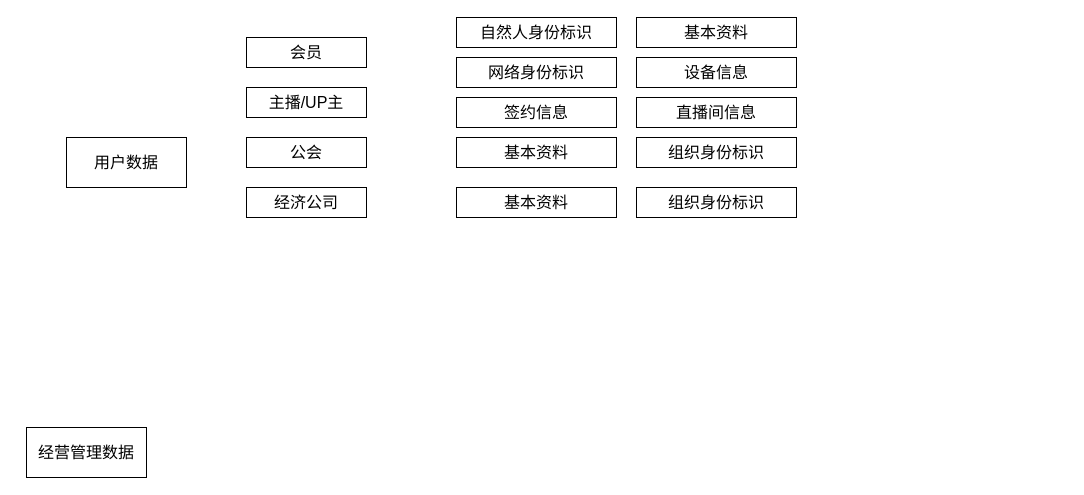
Above: 数仓分类分级.drawio in hongweilv-whu/flowCharts (draw.io), before the change. Source tidied: cells renumbered, new cells numbered last; positions are measured from the earlier drawing's top-left corner, leaving out a move shared by most shapes. Both pictures are drawn from the tidied source at 100%, with x=0, y=0 at pixel (26, 17).
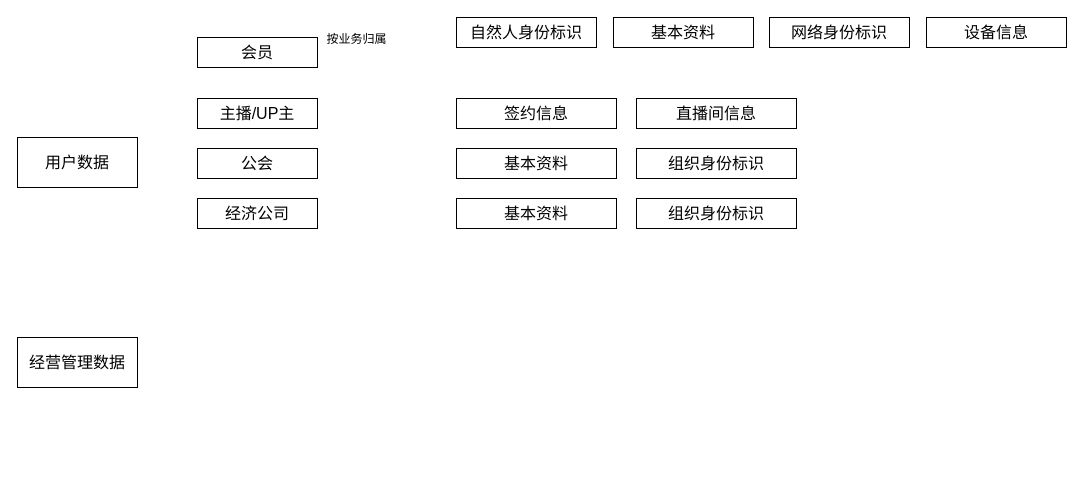
The same diagram, later.

Commit message (it also covers changes not shown here):
更新数仓分类分级.drawio

Diff of the diagram source:
```diff
@@
 <mxGraphModel>
   <root>
     <mxCell id="0" />
     <mxCell id="1" parent="0" />
     <mxCell id="2" value="&lt;font style=&quot;font-size: 16px&quot;&gt;经营管理数据&lt;/font&gt;" style="rounded=0;whiteSpace=wrap;html=1;" parent="1" vertex="1">
-      <mxGeometry y="410" width="120" height="50" as="geometry" />
+      <mxGeometry x="-9" y="320" width="120" height="50" as="geometry" />
     </mxCell>
     <mxCell id="3" value="&lt;font style=&quot;font-size: 16px&quot;&gt;用户数据&lt;/font&gt;" style="rounded=0;whiteSpace=wrap;html=1;" parent="1" vertex="1">
-      <mxGeometry x="40" y="120" width="120" height="50" as="geometry" />
+      <mxGeometry x="-9" y="120" width="120" height="50" as="geometry" />
     </mxCell>
     <mxCell id="4" value="&lt;font style=&quot;font-size: 16px&quot;&gt;会员&lt;br&gt;&lt;/font&gt;" style="rounded=0;whiteSpace=wrap;html=1;" parent="1" vertex="1">
-      <mxGeometry x="220" y="20" width="120" height="30" as="geometry" />
+      <mxGeometry x="171" y="20" width="120" height="30" as="geometry" />
     </mxCell>
     <mxCell id="5" value="&lt;font style=&quot;font-size: 16px&quot;&gt;主播/UP主&lt;br&gt;&lt;/font&gt;" style="rounded=0;whiteSpace=wrap;html=1;" parent="1" vertex="1">
-      <mxGeometry x="220" y="70" width="120" height="30" as="geometry" />
+      <mxGeometry x="171" y="81" width="120" height="30" as="geometry" />
     </mxCell>
     <mxCell id="6" value="&lt;font style=&quot;font-size: 16px&quot;&gt;公会&lt;br&gt;&lt;/font&gt;" style="rounded=0;whiteSpace=wrap;html=1;" parent="1" vertex="1">
-      <mxGeometry x="220" y="120" width="120" height="30" as="geometry" />
+      <mxGeometry x="171" y="131" width="120" height="30" as="geometry" />
     </mxCell>
     <mxCell id="7" value="&lt;font style=&quot;font-size: 16px&quot;&gt;经济公司&lt;br&gt;&lt;/font&gt;" style="rounded=0;whiteSpace=wrap;html=1;" parent="1" vertex="1">
-      <mxGeometry x="220" y="170" width="120" height="30" as="geometry" />
+      <mxGeometry x="171" y="181" width="120" height="30" as="geometry" />
     </mxCell>
     <mxCell id="8" value="&lt;font style=&quot;font-size: 16px&quot;&gt;自然人身份标识&lt;br&gt;&lt;/font&gt;" style="rounded=0;whiteSpace=wrap;html=1;" parent="1" vertex="1">
-      <mxGeometry x="430" width="160" height="30" as="geometry" />
+      <mxGeometry x="430" width="140" height="30" as="geometry" />
     </mxCell>
     <mxCell id="9" value="&lt;font style=&quot;font-size: 16px&quot;&gt;基本资料&lt;br&gt;&lt;/font&gt;" style="rounded=0;whiteSpace=wrap;html=1;" parent="1" vertex="1">
-      <mxGeometry x="610" width="160" height="30" as="geometry" />
+      <mxGeometry x="587" width="140" height="30" as="geometry" />
     </mxCell>
     <mxCell id="10" value="&lt;font style=&quot;font-size: 16px&quot;&gt;网络身份标识&lt;br&gt;&lt;/font&gt;" style="rounded=0;whiteSpace=wrap;html=1;" parent="1" vertex="1">
-      <mxGeometry x="430" y="40" width="160" height="30" as="geometry" />
+      <mxGeometry x="743" width="140" height="30" as="geometry" />
     </mxCell>
     <mxCell id="11" value="&lt;font style=&quot;font-size: 16px&quot;&gt;设备信息&lt;br&gt;&lt;/font&gt;" style="rounded=0;whiteSpace=wrap;html=1;" parent="1" vertex="1">
-      <mxGeometry x="610" y="40" width="160" height="30" as="geometry" />
+      <mxGeometry x="900" width="140" height="30" as="geometry" />
     </mxCell>
     <mxCell id="12" value="&lt;font style=&quot;font-size: 16px&quot;&gt;签约信息&lt;br&gt;&lt;/font&gt;" style="rounded=0;whiteSpace=wrap;html=1;" parent="1" vertex="1">
-      <mxGeometry x="430" y="80" width="160" height="30" as="geometry" />
+      <mxGeometry x="430" y="81" width="160" height="30" as="geometry" />
     </mxCell>
     <mxCell id="13" value="&lt;font style=&quot;font-size: 16px&quot;&gt;直播间信息&lt;br&gt;&lt;/font&gt;" style="rounded=0;whiteSpace=wrap;html=1;" parent="1" vertex="1">
-      <mxGeometry x="610" y="80" width="160" height="30" as="geometry" />
+      <mxGeometry x="610" y="81" width="160" height="30" as="geometry" />
     </mxCell>
     <mxCell id="14" value="&lt;font style=&quot;font-size: 16px&quot;&gt;基本资料&lt;br&gt;&lt;/font&gt;" style="rounded=0;whiteSpace=wrap;html=1;" parent="1" vertex="1">
-      <mxGeometry x="430" y="120" width="160" height="30" as="geometry" />
+      <mxGeometry x="430" y="131" width="160" height="30" as="geometry" />
     </mxCell>
     <mxCell id="15" value="&lt;font style=&quot;font-size: 16px&quot;&gt;组织身份标识&lt;br&gt;&lt;/font&gt;" style="rounded=0;whiteSpace=wrap;html=1;" parent="1" vertex="1">
-      <mxGeometry x="610" y="120" width="160" height="30" as="geometry" />
+      <mxGeometry x="610" y="131" width="160" height="30" as="geometry" />
     </mxCell>
     <mxCell id="16" value="&lt;font style=&quot;font-size: 16px&quot;&gt;基本资料&lt;br&gt;&lt;/font&gt;" style="rounded=0;whiteSpace=wrap;html=1;" parent="1" vertex="1">
-      <mxGeometry x="430" y="170" width="160" height="30" as="geometry" />
+      <mxGeometry x="430" y="181" width="160" height="30" as="geometry" />
     </mxCell>
     <mxCell id="17" value="&lt;font style=&quot;font-size: 16px&quot;&gt;组织身份标识&lt;br&gt;&lt;/font&gt;" style="rounded=0;whiteSpace=wrap;html=1;" parent="1" vertex="1">
-      <mxGeometry x="610" y="170" width="160" height="30" as="geometry" />
+      <mxGeometry x="610" y="181" width="160" height="30" as="geometry" />
     </mxCell>
+    <mxCell id="18" value="&lt;font style=&quot;font-size: 12px&quot;&gt;按业务归属&lt;/font&gt;" style="text;html=1;align=center;verticalAlign=middle;strokeColor=none;fillColor=none;fontSize=16;" parent="1" vertex="1">
+      <mxGeometry x="290" y="5" width="80" height="30" as="geometry" />
+    </mxCell>
   </root>
 </mxGraphModel>
```
